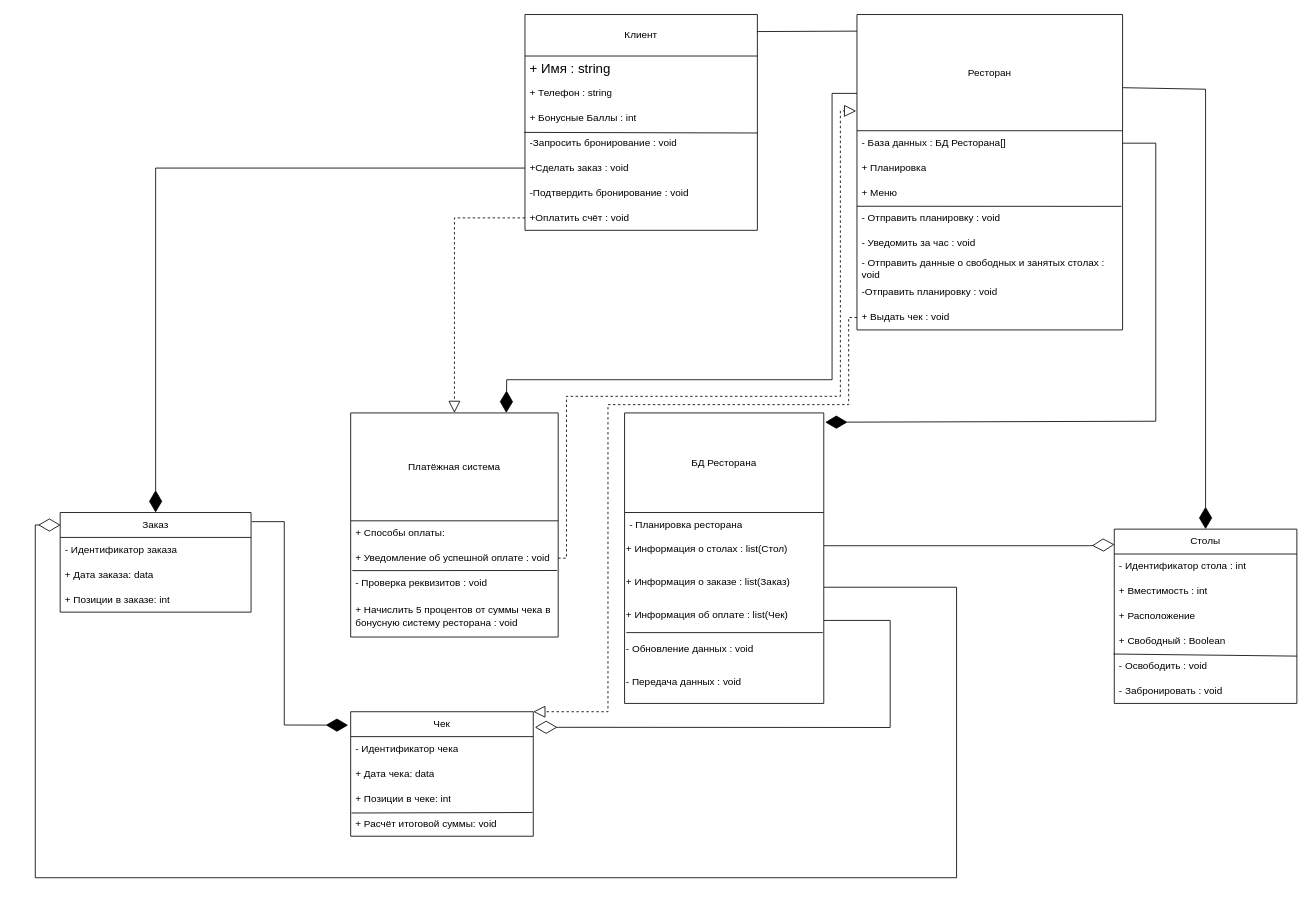
Before: Диаграмма классов.drawio in Crecker24/kursach, a draw.io diagram. Source tidied: cells renumbered, new cells numbered last; positions are measured from the earlier drawing's top-left corner, leaving out a move shared by most shapes. Both pictures are drawn from the tidied source at 83%, with x=0, y=0 at pixel (35, 14).
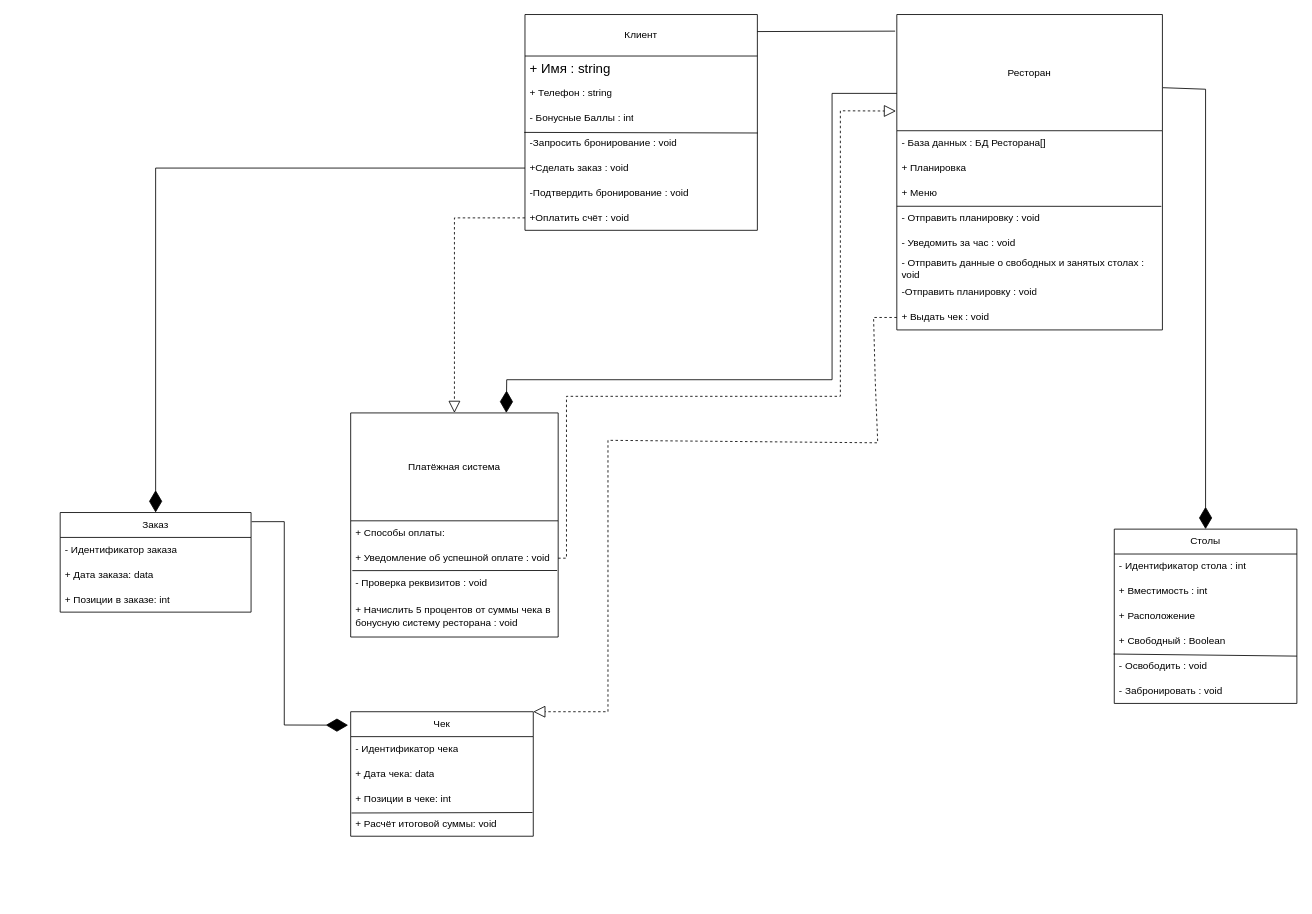
After the change.

The change refers to these unchanged cells:
```xml
<mxCell id="2" value="Клиент" style="swimlane;fontStyle=0;horizontal=1;startSize=50;whiteSpace=wrap;html=1;" parent="1" vertex="1">
  <mxGeometry x="590" width="280" height="260" as="geometry" />
</mxCell>
<mxCell id="20" value="- База данных&amp;nbsp;: БД Ресторана[]" style="text;strokeColor=none;fillColor=none;align=left;verticalAlign=middle;spacingLeft=4;spacingRight=4;overflow=hidden;points=[[0,0.5],[1,0.5]];portConstraint=eastwest;whiteSpace=wrap;html=1;" parent="19" vertex="1">
  <mxGeometry y="140" width="320" height="30" as="geometry" />
</mxCell>
<mxCell id="28" value="+ Выдать чек : void" style="text;strokeColor=none;fillColor=none;align=left;verticalAlign=middle;spacingLeft=4;spacingRight=4;overflow=hidden;points=[[0,0.5],[1,0.5]];portConstraint=eastwest;whiteSpace=wrap;html=1;" parent="19" vertex="1">
  <mxGeometry y="350" width="320" height="30" as="geometry" />
</mxCell>
<mxCell id="35" value="Чек" style="swimlane;fontStyle=0;horizontal=1;startSize=30;whiteSpace=wrap;html=1;" parent="1" vertex="1">
  <mxGeometry x="380" y="840" width="220" height="150" as="geometry" />
</mxCell>
<mxCell id="41" value="Столы" style="swimlane;fontStyle=0;horizontal=1;startSize=30;whiteSpace=wrap;html=1;" parent="1" vertex="1">
  <mxGeometry x="1300" y="620" width="220" height="210" as="geometry" />
</mxCell>
<mxCell id="49" value="Заказ" style="swimlane;fontStyle=0;horizontal=1;startSize=30;whiteSpace=wrap;html=1;" parent="1" vertex="1">
  <mxGeometry x="30" y="600" width="230" height="120" as="geometry" />
</mxCell>
```

Change to the diagram source:
```diff
@@
-    <mxCell id="5" value="+ Бонусные Баллы : int" style="text;strokeColor=none;fillColor=none;align=left;verticalAlign=middle;spacingLeft=4;spacingRight=4;overflow=hidden;whiteSpace=wrap;html=1;" parent="2" vertex="1">
+    <mxCell id="5" value="- Бонусные Баллы : int" style="text;strokeColor=none;fillColor=none;align=left;verticalAlign=middle;spacingLeft=4;spacingRight=4;overflow=hidden;whiteSpace=wrap;html=1;" parent="2" vertex="1">
       <mxGeometry y="110" width="280" height="30" as="geometry" />
     </mxCell>
@@
-    <mxCell id="11" value="БД Ресторана" style="swimlane;fontStyle=0;horizontal=1;startSize=120;whiteSpace=wrap;html=1;labelBackgroundColor=none;" parent="1" vertex="1">
-      <mxGeometry x="710" y="480" width="240" height="350" as="geometry" />
-    </mxCell>
-    <mxCell id="12" value="- Планировка ресторана" style="text;strokeColor=none;fillColor=none;align=left;verticalAlign=middle;spacingLeft=4;spacingRight=4;overflow=hidden;whiteSpace=wrap;html=1;" parent="11" vertex="1">
-      <mxGeometry y="120" width="240" height="30" as="geometry" />
-    </mxCell>
-    <mxCell id="13" value="&lt;span style=&quot;font-family: Helvetica; font-size: 12px; font-style: normal; font-variant-ligatures: normal; font-variant-caps: normal; font-weight: 400; letter-spacing: normal; orphans: 2; text-align: left; text-indent: 0px; text-transform: none; widows: 2; word-spacing: 0px; -webkit-text-stroke-width: 0px; white-space: normal; text-decoration-thickness: initial; text-decoration-style: initial; text-decoration-color: initial; float: none; display: inline !important;&quot;&gt;+ Информация о столах : list(Стол)&lt;/span&gt;" style="text;whiteSpace=wrap;html=1;" parent="11" vertex="1">
-      <mxGeometry y="150" width="240" height="40" as="geometry" />
-    </mxCell>
-    <mxCell id="14" value="+ Информация о заказе : list(Заказ)" style="text;whiteSpace=wrap;html=1;" parent="11" vertex="1">
-      <mxGeometry y="190" width="240" height="40" as="geometry" />
-    </mxCell>
-    <mxCell id="15" value="+ Информация об оплате : list(Чек)" style="text;whiteSpace=wrap;html=1;" parent="11" vertex="1">
-      <mxGeometry y="230" width="240" height="40" as="geometry" />
-    </mxCell>
-    <mxCell id="16" style="endArrow=none;html=1;rounded=0;entryX=0.995;entryY=0.867;entryDx=0;entryDy=0;entryPerimeter=0;exitX=0.009;exitY=0.867;exitDx=0;exitDy=0;exitPerimeter=0;" parent="11" edge="1" source="15" target="15">
-      <mxGeometry relative="1" as="geometry" />
-    </mxCell>
-    <mxCell id="17" value="&lt;span style=&quot;&quot;&gt;&lt;span style=&quot;font-family: Helvetica; font-size: 12px; font-style: normal; font-variant-ligatures: normal; font-variant-caps: normal; font-weight: 400; letter-spacing: normal; orphans: 2; text-align: left; text-indent: 0px; text-transform: none; widows: 2; word-spacing: 0px; -webkit-text-stroke-width: 0px; white-space: normal; text-decoration-thickness: initial; text-decoration-style: initial; text-decoration-color: initial; float: none; display: inline !important;&quot;&gt;- Обновление данных&lt;/span&gt;&amp;nbsp;: void&lt;/span&gt;" style="text;whiteSpace=wrap;html=1;labelBackgroundColor=none;" parent="11" vertex="1">
-      <mxGeometry y="270" width="240" height="40" as="geometry" />
-    </mxCell>
-    <mxCell id="18" value="&lt;span style=&quot;&quot;&gt;&lt;span style=&quot;font-family: Helvetica; font-size: 12px; font-style: normal; font-variant-ligatures: normal; font-variant-caps: normal; font-weight: 400; letter-spacing: normal; orphans: 2; text-align: left; text-indent: 0px; text-transform: none; widows: 2; word-spacing: 0px; -webkit-text-stroke-width: 0px; white-space: normal; text-decoration-thickness: initial; text-decoration-style: initial; text-decoration-color: initial; float: none; display: inline !important;&quot;&gt;- Передача данных&lt;/span&gt;&amp;nbsp;: void&amp;nbsp;&lt;/span&gt;" style="text;whiteSpace=wrap;html=1;labelBackgroundColor=none;" parent="11" vertex="1">
-      <mxGeometry y="310" width="240" height="40" as="geometry" />
-    </mxCell>
     <mxCell id="19" value="Ресторан" style="swimlane;fontStyle=0;horizontal=1;startSize=140;whiteSpace=wrap;html=1;" parent="1" vertex="1">
-      <mxGeometry x="990" width="320" height="380" as="geometry" />
+      <mxGeometry x="1038" width="320" height="380" as="geometry" />
     </mxCell>
@@
     <mxCell id="53" style="endArrow=none;html=1;rounded=0;exitX=1;exitY=0.079;exitDx=0;exitDy=0;exitPerimeter=0;" parent="1" edge="1" source="2">
       <mxGeometry relative="1" as="geometry">
-        <mxPoint x="990" y="20" as="targetPoint" />
+        <mxPoint x="1036" y="20" as="targetPoint" />
       </mxGeometry>
     </mxCell>
@@
-    <mxCell id="55" style="endArrow=diamondThin;endFill=1;endSize=24;html=1;rounded=0;exitX=1;exitY=0.5;exitDx=0;exitDy=0;entryX=1.007;entryY=0.032;entryDx=0;entryDy=0;entryPerimeter=0;" parent="1" edge="1" source="20" target="11">
-      <mxGeometry relative="1" as="geometry">
-        <Array as="points">
-          <mxPoint x="1350" y="155" />
-          <mxPoint x="1350" y="490" />
-        </Array>
-      </mxGeometry>
-    </mxCell>
@@
-    <mxCell id="59" style="endArrow=diamondThin;endFill=0;endSize=24;html=1;rounded=0;exitX=1;exitY=0.25;exitDx=0;exitDy=0;entryX=0.001;entryY=0.088;entryDx=0;entryDy=0;entryPerimeter=0;" parent="1" edge="1" source="13" target="41">
-      <mxGeometry relative="1" as="geometry">
-        <Array as="points">
-          <mxPoint x="1270" y="640" />
-        </Array>
-      </mxGeometry>
-    </mxCell>
-    <mxCell id="60" style="endArrow=diamondThin;endFill=0;endSize=24;html=1;rounded=0;exitX=1;exitY=0.5;exitDx=0;exitDy=0;entryX=0.002;entryY=0.126;entryDx=0;entryDy=0;entryPerimeter=0;" parent="1" edge="1" source="14" target="49">
-      <mxGeometry relative="1" as="geometry">
-        <Array as="points">
-          <mxPoint x="1110" y="690" />
-          <mxPoint x="1110" y="1040" />
-          <mxPoint y="1040" />
-          <mxPoint y="615" />
-        </Array>
-      </mxGeometry>
-    </mxCell>
-    <mxCell id="61" style="endArrow=diamondThin;endFill=0;endSize=24;html=1;rounded=0;exitX=1;exitY=0.5;exitDx=0;exitDy=0;entryX=1.009;entryY=0.125;entryDx=0;entryDy=0;entryPerimeter=0;" parent="1" edge="1" source="15" target="35">
-      <mxGeometry relative="1" as="geometry">
-        <Array as="points">
-          <mxPoint x="1030" y="730" />
-          <mxPoint x="1030" y="859" />
-        </Array>
-      </mxGeometry>
-    </mxCell>
@@
     <mxCell id="63" style="endArrow=block;dashed=1;endFill=0;endSize=12;html=1;rounded=0;exitX=0;exitY=0.5;exitDx=0;exitDy=0;entryX=1;entryY=0;entryDx=0;entryDy=0;" parent="1" edge="1" source="28" target="35">
       <mxGeometry relative="1" as="geometry">
         <Array as="points">
-          <mxPoint x="980" y="365" />
-          <mxPoint x="980" y="470" />
-          <mxPoint x="690" y="470" />
+          <mxPoint x="1010" y="365" />
+          <mxPoint x="1012" y="441" />
+          <mxPoint x="1015" y="516" />
+          <mxPoint x="690" y="513" />
           <mxPoint x="690" y="840" />
         </Array>
       </mxGeometry>
     </mxCell>
```
